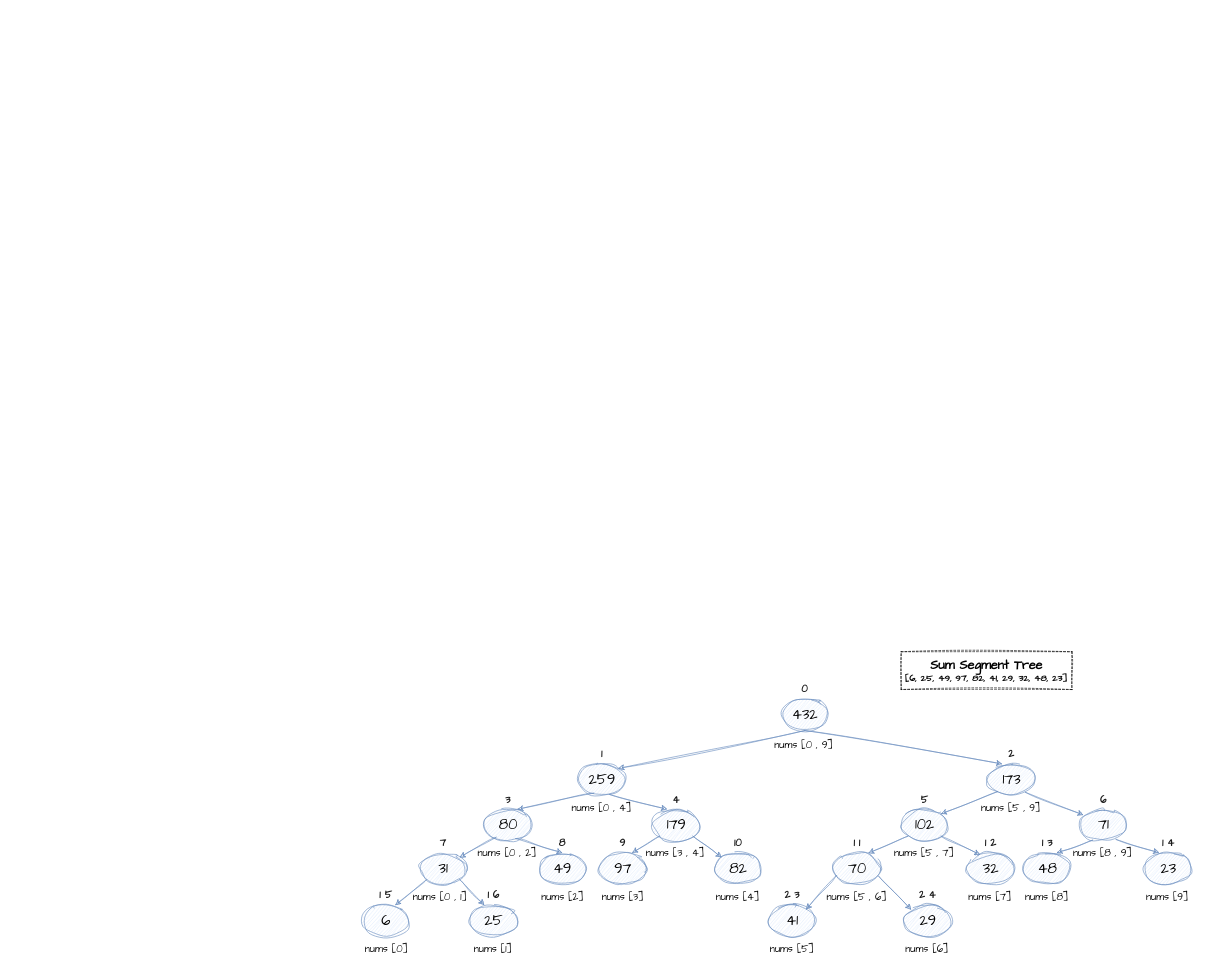
Above: src/main/java/tree/binary/segmentTree/imgs/SegmentTree.drawio in NinaWan/DataStructure (draw.io), before the change. Source tidied: cells renumbered, new cells numbered last; positions are measured from the earlier drawing's top-left corner, leaving out a move shared by most shapes. Both pictures are drawn from the tidied source at 63%, with x=0, y=0 at pixel (354, 651).
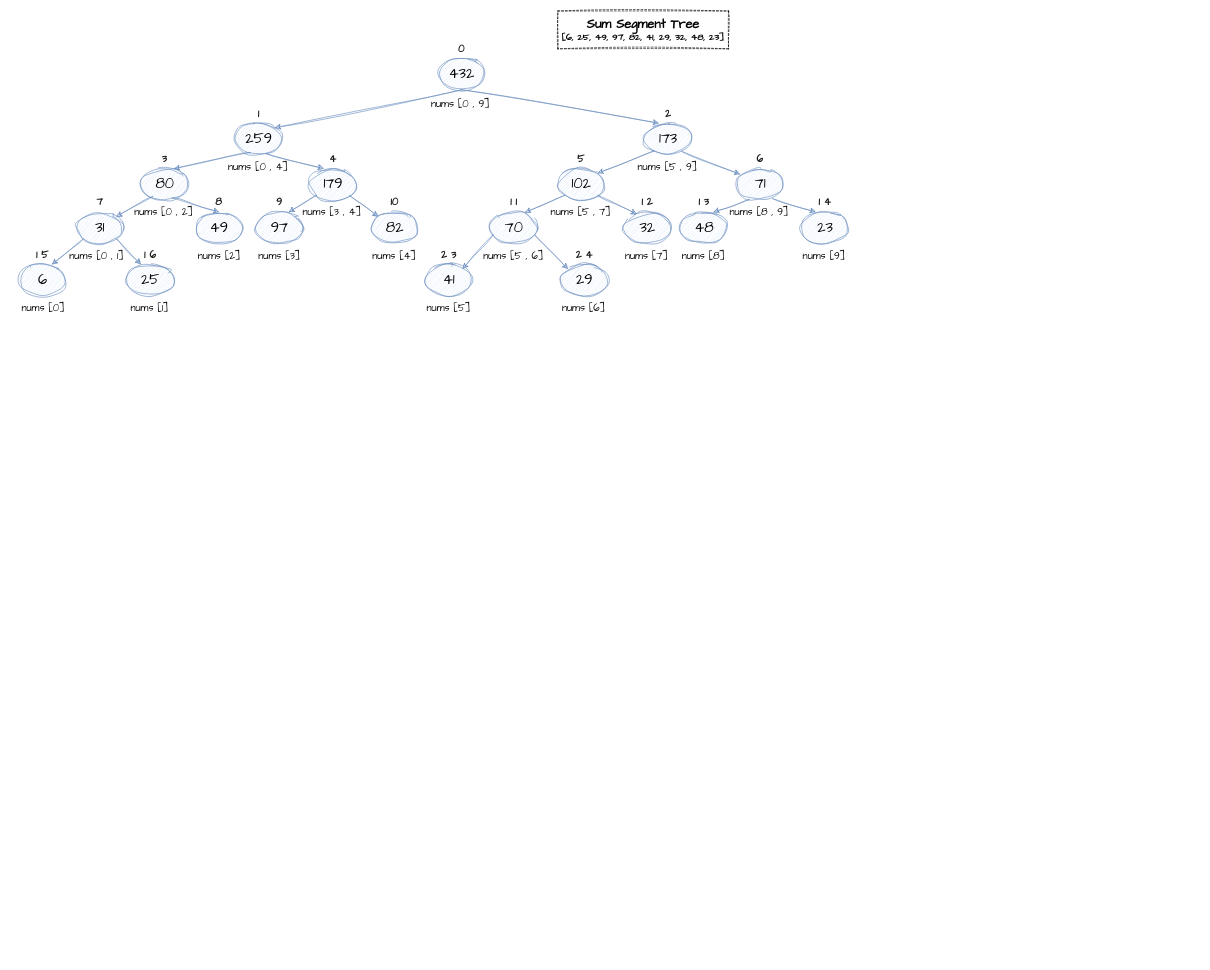
The same page after the edit.

The change refers to these unchanged cells:
```xml
<mxCell id="4" value="&lt;font style=&quot;font-size: 23px;&quot;&gt;259&lt;/font&gt;" style="ellipse;whiteSpace=wrap;html=1;hachureGap=4;fontFamily=Architects Daughter;sketch=1;curveFitting=1;jiggle=2;fillColor=#dae8fc;strokeColor=#6c8ebf;" parent="3" vertex="1">
  <mxGeometry x="12.5" width="75" height="50" as="geometry" />
</mxCell>
<mxCell id="10" value="&lt;font style=&quot;font-size: 23px;&quot;&gt;173&lt;/font&gt;" style="ellipse;whiteSpace=wrap;html=1;hachureGap=4;fontFamily=Architects Daughter;sketch=1;curveFitting=1;jiggle=2;fillColor=#dae8fc;strokeColor=#6c8ebf;" parent="9" vertex="1">
  <mxGeometry x="12.5" width="75" height="50" as="geometry" />
</mxCell>
<mxCell id="13" value="&lt;font color=&quot;#1a1a1a&quot; style=&quot;font-size: 16px;&quot;&gt;&lt;b style=&quot;&quot;&gt;2&lt;/b&gt;&lt;/font&gt;" style="text;html=1;align=center;verticalAlign=middle;whiteSpace=wrap;rounded=0;fontFamily=Architects Daughter;" parent="8" vertex="1">
  <mxGeometry x="20" width="60" height="30" as="geometry" />
</mxCell>
<mxCell id="17" value="&lt;font style=&quot;font-size: 23px;&quot;&gt;80&lt;/font&gt;" style="ellipse;whiteSpace=wrap;html=1;hachureGap=4;fontFamily=Architects Daughter;sketch=1;curveFitting=1;jiggle=2;fillColor=#dae8fc;strokeColor=#6c8ebf;" parent="16" vertex="1">
  <mxGeometry x="12.5" width="75" height="50" as="geometry" />
</mxCell>
<mxCell id="19" value="&lt;font color=&quot;#1a1a1a&quot; style=&quot;font-size: 16px;&quot;&gt;&lt;b style=&quot;&quot;&gt;3&lt;/b&gt;&lt;/font&gt;" style="text;html=1;align=center;verticalAlign=middle;whiteSpace=wrap;rounded=0;fontFamily=Architects Daughter;" parent="15" vertex="1">
  <mxGeometry x="20" width="60" height="30" as="geometry" />
</mxCell>
<mxCell id="22" value="&lt;font style=&quot;font-size: 23px;&quot;&gt;432&lt;/font&gt;" style="ellipse;whiteSpace=wrap;html=1;hachureGap=4;fontFamily=Architects Daughter;sketch=1;curveFitting=1;jiggle=2;fillColor=#dae8fc;strokeColor=#6c8ebf;" parent="20" vertex="1">
  <mxGeometry x="12.5" y="30" width="75" height="50" as="geometry" />
</mxCell>
<mxCell id="28" value="&lt;font style=&quot;font-size: 23px;&quot;&gt;102&lt;/font&gt;" style="ellipse;whiteSpace=wrap;html=1;hachureGap=4;fontFamily=Architects Daughter;sketch=1;curveFitting=1;jiggle=2;fillColor=#dae8fc;strokeColor=#6c8ebf;" parent="27" vertex="1">
  <mxGeometry x="12.5" width="75" height="50" as="geometry" />
</mxCell>
<mxCell id="33" value="&lt;font style=&quot;font-size: 23px;&quot;&gt;71&lt;/font&gt;" style="ellipse;whiteSpace=wrap;html=1;hachureGap=4;fontFamily=Architects Daughter;sketch=1;curveFitting=1;jiggle=2;fillColor=#dae8fc;strokeColor=#6c8ebf;" parent="32" vertex="1">
  <mxGeometry x="12.5" width="75" height="50" as="geometry" />
</mxCell>
<mxCell id="39" value="&lt;font style=&quot;font-size: 23px;&quot;&gt;31&lt;/font&gt;" style="ellipse;whiteSpace=wrap;html=1;hachureGap=4;fontFamily=Architects Daughter;sketch=1;curveFitting=1;jiggle=2;fillColor=#dae8fc;strokeColor=#6c8ebf;" parent="38" vertex="1">
  <mxGeometry x="12.5" width="75" height="50" as="geometry" />
</mxCell>
<mxCell id="46" value="&lt;font color=&quot;#1a1a1a&quot; style=&quot;font-size: 16px;&quot;&gt;&lt;b style=&quot;&quot;&gt;8&lt;/b&gt;&lt;/font&gt;" style="text;html=1;align=center;verticalAlign=middle;whiteSpace=wrap;rounded=0;fontFamily=Architects Daughter;" parent="42" vertex="1">
  <mxGeometry x="20" width="60" height="30" as="geometry" />
</mxCell>
<mxCell id="53" value="&lt;font color=&quot;#1a1a1a&quot; style=&quot;font-size: 16px;&quot;&gt;&lt;b style=&quot;&quot;&gt;1 5&lt;/b&gt;&lt;/font&gt;" style="text;html=1;align=center;verticalAlign=middle;whiteSpace=wrap;rounded=0;fontFamily=Architects Daughter;" parent="49" vertex="1">
  <mxGeometry x="20" width="60" height="30" as="geometry" />
</mxCell>
<mxCell id="58" value="&lt;font color=&quot;#1a1a1a&quot; style=&quot;font-size: 16px;&quot;&gt;&lt;b style=&quot;&quot;&gt;1 6&lt;/b&gt;&lt;/font&gt;" style="text;html=1;align=center;verticalAlign=middle;whiteSpace=wrap;rounded=0;fontFamily=Architects Daughter;" parent="54" vertex="1">
  <mxGeometry x="20" width="60" height="30" as="geometry" />
</mxCell>
<mxCell id="66" value="&lt;font color=&quot;#1a1a1a&quot; style=&quot;font-size: 16px;&quot;&gt;&lt;b style=&quot;&quot;&gt;9&lt;/b&gt;&lt;/font&gt;" style="text;html=1;align=center;verticalAlign=middle;whiteSpace=wrap;rounded=0;fontFamily=Architects Daughter;" parent="62" vertex="1">
  <mxGeometry x="20" width="60" height="30" as="geometry" />
</mxCell>
<mxCell id="70" value="&lt;font style=&quot;font-size: 23px;&quot;&gt;70&lt;/font&gt;" style="ellipse;whiteSpace=wrap;html=1;hachureGap=4;fontFamily=Architects Daughter;sketch=1;curveFitting=1;jiggle=2;fillColor=#dae8fc;strokeColor=#6c8ebf;" parent="69" vertex="1">
  <mxGeometry x="12.5" width="75" height="50" as="geometry" />
</mxCell>
<mxCell id="83" value="&lt;font style=&quot;font-size: 23px;&quot;&gt;29&lt;/font&gt;" style="ellipse;whiteSpace=wrap;html=1;hachureGap=4;fontFamily=Architects Daughter;sketch=1;curveFitting=1;jiggle=2;fillColor=#dae8fc;strokeColor=#6c8ebf;" parent="82" vertex="1">
  <mxGeometry x="12.5" width="75" height="50" as="geometry" />
</mxCell>
<mxCell id="91" value="&lt;font color=&quot;#1a1a1a&quot; style=&quot;font-size: 16px;&quot;&gt;&lt;b style=&quot;&quot;&gt;1 4&lt;/b&gt;&lt;/font&gt;" style="text;html=1;align=center;verticalAlign=middle;whiteSpace=wrap;rounded=0;fontFamily=Architects Daughter;" parent="87" vertex="1">
  <mxGeometry x="20" width="60" height="30" as="geometry" />
</mxCell>
<mxCell id="97" value="&lt;font style=&quot;font-size: 23px;&quot;&gt;179&lt;/font&gt;" style="ellipse;whiteSpace=wrap;html=1;hachureGap=4;fontFamily=Architects Daughter;sketch=1;curveFitting=1;jiggle=2;fillColor=#dae8fc;strokeColor=#6c8ebf;" parent="96" vertex="1">
  <mxGeometry x="12.5" width="75" height="50" as="geometry" />
</mxCell>
<mxCell id="99" value="&lt;font color=&quot;#1a1a1a&quot; style=&quot;font-size: 16px;&quot;&gt;&lt;b style=&quot;&quot;&gt;4&lt;/b&gt;&lt;/font&gt;" style="text;html=1;align=center;verticalAlign=middle;whiteSpace=wrap;rounded=0;fontFamily=Architects Daughter;" parent="95" vertex="1">
  <mxGeometry x="20" width="60" height="30" as="geometry" />
</mxCell>
<mxCell id="104" value="&lt;font color=&quot;#1a1a1a&quot; style=&quot;font-size: 16px;&quot;&gt;&lt;b style=&quot;&quot;&gt;1 3&lt;/b&gt;&lt;/font&gt;" style="text;html=1;align=center;verticalAlign=middle;whiteSpace=wrap;rounded=0;fontFamily=Architects Daughter;" parent="100" vertex="1">
  <mxGeometry x="20" width="60" height="30" as="geometry" />
</mxCell>
<mxCell id="107" value="&lt;font style=&quot;font-size: 23px;&quot;&gt;32&lt;/font&gt;" style="ellipse;whiteSpace=wrap;html=1;hachureGap=4;fontFamily=Architects Daughter;sketch=1;curveFitting=1;jiggle=2;fillColor=#dae8fc;strokeColor=#6c8ebf;" parent="105" vertex="1">
  <mxGeometry y="30" width="75" height="50" as="geometry" />
</mxCell>
<mxCell id="112" value="&lt;font style=&quot;font-size: 23px;&quot;&gt;82&lt;/font&gt;" style="ellipse;whiteSpace=wrap;html=1;hachureGap=4;fontFamily=Architects Daughter;sketch=1;curveFitting=1;jiggle=2;fillColor=#dae8fc;strokeColor=#6c8ebf;" parent="111" vertex="1">
  <mxGeometry width="75" height="50" as="geometry" />
</mxCell>
```

Diff of the diagram source:
```diff
@@
+    <mxCell id="115" style="group;" parent="1" vertex="1">
+      <mxGeometry x="-545" y="-1017" width="1342" height="487" as="geometry" />
+    </mxCell>
-    <mxCell id="2" style="group;" parent="1" vertex="1">
+    <mxCell id="2" style="group;" parent="115" vertex="1">
       <mxGeometry x="343" y="148" width="100" height="115" as="geometry" />
     </mxCell>
@@
-    <mxCell id="7" style="rounded=0;sketch=1;hachureGap=4;jiggle=2;curveFitting=1;jettySize=auto;html=1;exitX=0.5;exitY=1;exitDx=0;exitDy=0;entryX=1;entryY=0;entryDx=0;entryDy=0;fontFamily=Architects Daughter;strokeColor=#6C8EBF;" parent="1" edge="1" source="22" target="4">
+    <mxCell id="7" style="rounded=0;sketch=1;hachureGap=4;jiggle=2;curveFitting=1;jettySize=auto;html=1;exitX=0.5;exitY=1;exitDx=0;exitDy=0;entryX=1;entryY=0;entryDx=0;entryDy=0;fontFamily=Architects Daughter;strokeColor=#6C8EBF;" parent="115" edge="1" source="22" target="4">
       <mxGeometry relative="1" as="geometry" />
     </mxCell>
-    <mxCell id="8" style="group;" parent="1" vertex="1">
+    <mxCell id="8" style="group;" parent="115" vertex="1">
       <mxGeometry x="993" y="148" width="100" height="115" as="geometry" />
     </mxCell>
@@
-    <mxCell id="14" style="rounded=0;sketch=1;hachureGap=4;jiggle=2;curveFitting=1;jettySize=auto;html=1;exitX=0.5;exitY=1;exitDx=0;exitDy=0;fontFamily=Architects Daughter;strokeColor=#6C8EBF;entryX=0.25;entryY=1;entryDx=0;entryDy=0;" parent="1" edge="1" source="22" target="13">
+    <mxCell id="14" style="rounded=0;sketch=1;hachureGap=4;jiggle=2;curveFitting=1;jettySize=auto;html=1;exitX=0.5;exitY=1;exitDx=0;exitDy=0;fontFamily=Architects Daughter;strokeColor=#6C8EBF;entryX=0.25;entryY=1;entryDx=0;entryDy=0;" parent="115" edge="1" source="22" target="13">
       <mxGeometry relative="1" as="geometry" />
     </mxCell>
-    <mxCell id="15" style="group;" parent="1" vertex="1">
+    <mxCell id="15" style="group;" parent="115" vertex="1">
       <mxGeometry x="194" y="220" width="100" height="115" as="geometry" />
     </mxCell>
@@
-    <mxCell id="20" style="group;" parent="1" vertex="1">
+    <mxCell id="20" style="group;" parent="115" vertex="1">
       <mxGeometry x="665" y="45" width="100" height="118" as="geometry" />
     </mxCell>
@@
-    <mxCell id="24" style="rounded=0;sketch=1;hachureGap=4;jiggle=2;curveFitting=1;jettySize=auto;html=1;exitX=0.327;exitY=0.93;exitDx=0;exitDy=0;entryX=0.75;entryY=1;entryDx=0;entryDy=0;fontFamily=Architects Daughter;strokeColor=#6C8EBF;exitPerimeter=0;" parent="1" edge="1" source="4" target="19">
+    <mxCell id="24" style="rounded=0;sketch=1;hachureGap=4;jiggle=2;curveFitting=1;jettySize=auto;html=1;exitX=0.327;exitY=0.93;exitDx=0;exitDy=0;entryX=0.75;entryY=1;entryDx=0;entryDy=0;fontFamily=Architects Daughter;strokeColor=#6C8EBF;exitPerimeter=0;" parent="115" edge="1" source="4" target="19">
       <mxGeometry relative="1" as="geometry" />
     </mxCell>
-    <mxCell id="25" style="rounded=0;sketch=1;hachureGap=4;jiggle=2;curveFitting=1;jettySize=auto;html=1;exitX=0.66;exitY=0.97;exitDx=0;exitDy=0;entryX=0.25;entryY=1;entryDx=0;entryDy=0;fontFamily=Architects Daughter;strokeColor=#6C8EBF;exitPerimeter=0;" parent="1" edge="1" source="4" target="99">
+    <mxCell id="25" style="rounded=0;sketch=1;hachureGap=4;jiggle=2;curveFitting=1;jettySize=auto;html=1;exitX=0.66;exitY=0.97;exitDx=0;exitDy=0;entryX=0.25;entryY=1;entryDx=0;entryDy=0;fontFamily=Architects Daughter;strokeColor=#6C8EBF;exitPerimeter=0;" parent="115" edge="1" source="4" target="99">
       <mxGeometry relative="1" as="geometry" />
     </mxCell>
-    <mxCell id="26" style="group;" parent="1" vertex="1">
+    <mxCell id="26" style="group;" parent="115" vertex="1">
       <mxGeometry x="855" y="220" width="100" height="115" as="geometry" />
     </mxCell>
@@
-    <mxCell id="31" style="group;" parent="1" vertex="1">
+    <mxCell id="31" style="group;" parent="115" vertex="1">
       <mxGeometry x="1139" y="220" width="100" height="115" as="geometry" />
     </mxCell>
@@
-    <mxCell id="36" style="rounded=0;sketch=1;hachureGap=4;jiggle=2;curveFitting=1;jettySize=auto;html=1;exitX=0.207;exitY=0.88;exitDx=0;exitDy=0;entryX=1;entryY=0;entryDx=0;entryDy=0;fontFamily=Architects Daughter;strokeColor=#6C8EBF;exitPerimeter=0;" parent="1" edge="1" source="10" target="28">
+    <mxCell id="36" style="rounded=0;sketch=1;hachureGap=4;jiggle=2;curveFitting=1;jettySize=auto;html=1;exitX=0.207;exitY=0.88;exitDx=0;exitDy=0;entryX=1;entryY=0;entryDx=0;entryDy=0;fontFamily=Architects Daughter;strokeColor=#6C8EBF;exitPerimeter=0;" parent="115" edge="1" source="10" target="28">
       <mxGeometry relative="1" as="geometry" />
     </mxCell>
-    <mxCell id="37" style="group;" parent="1" vertex="1">
+    <mxCell id="37" style="group;" parent="115" vertex="1">
       <mxGeometry x="91" y="289" width="100" height="115" as="geometry" />
     </mxCell>
@@
-    <mxCell id="42" style="group;" parent="1" vertex="1">
+    <mxCell id="42" style="group;" parent="115" vertex="1">
       <mxGeometry x="280" y="289" width="100" height="115" as="geometry" />
     </mxCell>
@@
-    <mxCell id="47" style="rounded=0;sketch=1;hachureGap=4;jiggle=2;curveFitting=1;jettySize=auto;html=1;exitX=0.247;exitY=0.89;exitDx=0;exitDy=0;entryX=1;entryY=0;entryDx=0;entryDy=0;fontFamily=Architects Daughter;strokeColor=#6C8EBF;exitPerimeter=0;" parent="1" edge="1" source="17" target="39">
+    <mxCell id="47" style="rounded=0;sketch=1;hachureGap=4;jiggle=2;curveFitting=1;jettySize=auto;html=1;exitX=0.247;exitY=0.89;exitDx=0;exitDy=0;entryX=1;entryY=0;entryDx=0;entryDy=0;fontFamily=Architects Daughter;strokeColor=#6C8EBF;exitPerimeter=0;" parent="115" edge="1" source="17" target="39">
       <mxGeometry relative="1" as="geometry" />
     </mxCell>
-    <mxCell id="48" style="rounded=0;sketch=1;hachureGap=4;jiggle=2;curveFitting=1;jettySize=auto;html=1;entryX=0.5;entryY=1;entryDx=0;entryDy=0;fontFamily=Architects Daughter;strokeColor=#6C8EBF;exitX=0.66;exitY=0.93;exitDx=0;exitDy=0;exitPerimeter=0;" parent="1" edge="1" source="17" target="46">
+    <mxCell id="48" style="rounded=0;sketch=1;hachureGap=4;jiggle=2;curveFitting=1;jettySize=auto;html=1;entryX=0.5;entryY=1;entryDx=0;entryDy=0;fontFamily=Architects Daughter;strokeColor=#6C8EBF;exitX=0.66;exitY=0.93;exitDx=0;exitDy=0;exitPerimeter=0;" parent="115" edge="1" source="17" target="46">
       <mxGeometry relative="1" as="geometry" />
     </mxCell>
-    <mxCell id="49" style="group;" parent="1" vertex="1">
+    <mxCell id="49" style="group;" parent="115" vertex="1">
       <mxGeometry y="372" width="100" height="115" as="geometry" />
     </mxCell>
@@
-    <mxCell id="54" style="group;" parent="1" vertex="1">
+    <mxCell id="54" style="group;" parent="115" vertex="1">
       <mxGeometry x="171" y="372" width="100" height="115" as="geometry" />
     </mxCell>
@@
-    <mxCell id="59" style="rounded=0;sketch=1;hachureGap=4;jiggle=2;curveFitting=1;jettySize=auto;html=1;exitX=0;exitY=1;exitDx=0;exitDy=0;entryX=0.75;entryY=1;entryDx=0;entryDy=0;fontFamily=Architects Daughter;strokeColor=#6C8EBF;" parent="1" edge="1" source="39" target="53">
+    <mxCell id="59" style="rounded=0;sketch=1;hachureGap=4;jiggle=2;curveFitting=1;jettySize=auto;html=1;exitX=0;exitY=1;exitDx=0;exitDy=0;entryX=0.75;entryY=1;entryDx=0;entryDy=0;fontFamily=Architects Daughter;strokeColor=#6C8EBF;" parent="115" edge="1" source="39" target="53">
       <mxGeometry relative="1" as="geometry" />
     </mxCell>
-    <mxCell id="60" style="rounded=0;sketch=1;hachureGap=4;jiggle=2;curveFitting=1;jettySize=auto;html=1;entryX=0.25;entryY=1;entryDx=0;entryDy=0;fontFamily=Architects Daughter;strokeColor=#6C8EBF;exitX=1;exitY=1;exitDx=0;exitDy=0;" parent="1" edge="1" source="39" target="58">
+    <mxCell id="60" style="rounded=0;sketch=1;hachureGap=4;jiggle=2;curveFitting=1;jettySize=auto;html=1;entryX=0.25;entryY=1;entryDx=0;entryDy=0;fontFamily=Architects Daughter;strokeColor=#6C8EBF;exitX=1;exitY=1;exitDx=0;exitDy=0;" parent="115" edge="1" source="39" target="58">
       <mxGeometry relative="1" as="geometry" />
     </mxCell>
-    <mxCell id="61" value="&lt;font style=&quot;font-size: 20px;&quot;&gt;&lt;b&gt;Sum Segment Tree&lt;/b&gt;&lt;/font&gt;&lt;div&gt;&lt;font style=&quot;font-size: 15px;&quot;&gt;&lt;b&gt;[6, 25, 49, 97, 82, 41, 29, 32, 48, 23]&lt;/b&gt;&lt;/font&gt;&lt;/div&gt;" style="rounded=0;whiteSpace=wrap;html=1;sketch=1;hachureGap=4;jiggle=2;curveFitting=1;fontFamily=Architects Daughter;dashed=1;fillColor=default;" parent="1" vertex="1">
+    <mxCell id="61" value="&lt;font style=&quot;font-size: 20px;&quot;&gt;&lt;b&gt;Sum Segment Tree&lt;/b&gt;&lt;/font&gt;&lt;div&gt;&lt;font style=&quot;font-size: 15px;&quot;&gt;&lt;b&gt;[6, 25, 49, 97, 82, 41, 29, 32, 48, 23]&lt;/b&gt;&lt;/font&gt;&lt;/div&gt;" style="rounded=0;whiteSpace=wrap;html=1;sketch=1;hachureGap=4;jiggle=2;curveFitting=1;fontFamily=Architects Daughter;dashed=1;fillColor=default;" parent="115" vertex="1">
       <mxGeometry x="868" width="271" height="60" as="geometry" />
     </mxCell>
-    <mxCell id="62" style="group;" parent="1" vertex="1">
+    <mxCell id="62" style="group;" parent="115" vertex="1">
       <mxGeometry x="376" y="289" width="100" height="115" as="geometry" />
     </mxCell>
@@
-    <mxCell id="67" style="rounded=0;sketch=1;hachureGap=4;jiggle=2;curveFitting=1;jettySize=auto;html=1;entryX=0.75;entryY=1;entryDx=0;entryDy=0;fontFamily=Architects Daughter;strokeColor=#6C8EBF;exitX=0;exitY=1;exitDx=0;exitDy=0;" parent="1" edge="1" source="97" target="66">
+    <mxCell id="67" style="rounded=0;sketch=1;hachureGap=4;jiggle=2;curveFitting=1;jettySize=auto;html=1;entryX=0.75;entryY=1;entryDx=0;entryDy=0;fontFamily=Architects Daughter;strokeColor=#6C8EBF;exitX=0;exitY=1;exitDx=0;exitDy=0;" parent="115" edge="1" source="97" target="66">
       <mxGeometry relative="1" as="geometry" />
     </mxCell>
-    <mxCell id="68" style="group;" parent="1" vertex="1">
+    <mxCell id="68" style="group;" parent="115" vertex="1">
       <mxGeometry x="748" y="289" width="100" height="115" as="geometry" />
     </mxCell>
@@
-    <mxCell id="73" style="rounded=0;sketch=1;hachureGap=4;jiggle=2;curveFitting=1;jettySize=auto;html=1;entryX=0.74;entryY=0.01;entryDx=0;entryDy=0;fontFamily=Architects Daughter;strokeColor=#6C8EBF;exitX=0;exitY=1;exitDx=0;exitDy=0;entryPerimeter=0;" parent="1" edge="1" source="28" target="70">
+    <mxCell id="73" style="rounded=0;sketch=1;hachureGap=4;jiggle=2;curveFitting=1;jettySize=auto;html=1;entryX=0.74;entryY=0.01;entryDx=0;entryDy=0;fontFamily=Architects Daughter;strokeColor=#6C8EBF;exitX=0;exitY=1;exitDx=0;exitDy=0;entryPerimeter=0;" parent="115" edge="1" source="28" target="70">
       <mxGeometry relative="1" as="geometry" />
     </mxCell>
-    <mxCell id="74" style="rounded=0;sketch=1;hachureGap=4;jiggle=2;curveFitting=1;jettySize=auto;html=1;entryX=0.273;entryY=0.06;entryDx=0;entryDy=0;fontFamily=Architects Daughter;strokeColor=#6C8EBF;exitX=1;exitY=1;exitDx=0;exitDy=0;entryPerimeter=0;" parent="1" edge="1" source="28" target="107">
+    <mxCell id="74" style="rounded=0;sketch=1;hachureGap=4;jiggle=2;curveFitting=1;jettySize=auto;html=1;entryX=0.273;entryY=0.06;entryDx=0;entryDy=0;fontFamily=Architects Daughter;strokeColor=#6C8EBF;exitX=1;exitY=1;exitDx=0;exitDy=0;entryPerimeter=0;" parent="115" edge="1" source="28" target="107">
       <mxGeometry relative="1" as="geometry" />
     </mxCell>
-    <mxCell id="75" style="group;" parent="1" vertex="1">
+    <mxCell id="75" style="group;" parent="115" vertex="1">
       <mxGeometry x="590" y="372" width="100" height="115" as="geometry" />
     </mxCell>
@@
-    <mxCell id="81" style="group;" parent="1" vertex="1">
+    <mxCell id="81" style="group;" parent="115" vertex="1">
       <mxGeometry x="860" y="372" width="100" height="115" as="geometry" />
     </mxCell>
@@
-    <mxCell id="86" style="rounded=0;sketch=1;hachureGap=4;jiggle=2;curveFitting=1;jettySize=auto;html=1;entryX=0;entryY=0;entryDx=0;entryDy=0;fontFamily=Architects Daughter;strokeColor=#6C8EBF;exitX=0.953;exitY=0.74;exitDx=0;exitDy=0;exitPerimeter=0;" parent="1" edge="1" source="70" target="83">
+    <mxCell id="86" style="rounded=0;sketch=1;hachureGap=4;jiggle=2;curveFitting=1;jettySize=auto;html=1;entryX=0;entryY=0;entryDx=0;entryDy=0;fontFamily=Architects Daughter;strokeColor=#6C8EBF;exitX=0.953;exitY=0.74;exitDx=0;exitDy=0;exitPerimeter=0;" parent="115" edge="1" source="70" target="83">
       <mxGeometry relative="1" as="geometry" />
     </mxCell>
-    <mxCell id="87" style="group;" parent="1" vertex="1">
+    <mxCell id="87" style="group;" parent="115" vertex="1">
       <mxGeometry x="1242" y="289" width="100" height="115" as="geometry" />
     </mxCell>
@@
-    <mxCell id="92" style="rounded=0;sketch=1;hachureGap=4;jiggle=2;curveFitting=1;jettySize=auto;html=1;entryX=0.75;entryY=1;entryDx=0;entryDy=0;fontFamily=Architects Daughter;strokeColor=#6C8EBF;exitX=0.273;exitY=0.98;exitDx=0;exitDy=0;exitPerimeter=0;" parent="1" edge="1" source="33" target="104">
+    <mxCell id="92" style="rounded=0;sketch=1;hachureGap=4;jiggle=2;curveFitting=1;jettySize=auto;html=1;entryX=0.75;entryY=1;entryDx=0;entryDy=0;fontFamily=Architects Daughter;strokeColor=#6C8EBF;exitX=0.273;exitY=0.98;exitDx=0;exitDy=0;exitPerimeter=0;" parent="115" edge="1" source="33" target="104">
       <mxGeometry relative="1" as="geometry" />
     </mxCell>
-    <mxCell id="93" style="rounded=0;sketch=1;hachureGap=4;jiggle=2;curveFitting=1;jettySize=auto;html=1;entryX=0.25;entryY=1;entryDx=0;entryDy=0;fontFamily=Architects Daughter;strokeColor=#6C8EBF;exitX=0.767;exitY=0.96;exitDx=0;exitDy=0;exitPerimeter=0;" parent="1" edge="1" source="33" target="91">
+    <mxCell id="93" style="rounded=0;sketch=1;hachureGap=4;jiggle=2;curveFitting=1;jettySize=auto;html=1;entryX=0.25;entryY=1;entryDx=0;entryDy=0;fontFamily=Architects Daughter;strokeColor=#6C8EBF;exitX=0.767;exitY=0.96;exitDx=0;exitDy=0;exitPerimeter=0;" parent="115" edge="1" source="33" target="91">
       <mxGeometry relative="1" as="geometry" />
     </mxCell>
-    <mxCell id="94" style="rounded=0;sketch=1;hachureGap=4;jiggle=2;curveFitting=1;jettySize=auto;html=1;entryX=0;entryY=0;entryDx=0;entryDy=0;fontFamily=Architects Daughter;strokeColor=#6C8EBF;exitX=1;exitY=1;exitDx=0;exitDy=0;" parent="1" edge="1" source="97" target="112">
+    <mxCell id="94" style="rounded=0;sketch=1;hachureGap=4;jiggle=2;curveFitting=1;jettySize=auto;html=1;entryX=0;entryY=0;entryDx=0;entryDy=0;fontFamily=Architects Daughter;strokeColor=#6C8EBF;exitX=1;exitY=1;exitDx=0;exitDy=0;" parent="115" edge="1" source="97" target="112">
       <mxGeometry relative="1" as="geometry" />
     </mxCell>
-    <mxCell id="95" style="group;" parent="1" vertex="1">
+    <mxCell id="95" style="group;" parent="115" vertex="1">
       <mxGeometry x="461" y="220" width="100" height="115" as="geometry" />
     </mxCell>
@@
-    <mxCell id="100" style="group;" parent="1" vertex="1">
+    <mxCell id="100" style="group;" parent="115" vertex="1">
       <mxGeometry x="1050" y="289" width="100" height="115" as="geometry" />
     </mxCell>
@@
-    <mxCell id="105" style="group;" parent="1" vertex="1">
+    <mxCell id="105" style="group;" parent="115" vertex="1">
       <mxGeometry x="972.5" y="289" width="75" height="115" as="geometry" />
     </mxCell>
@@
-    <mxCell id="109" style="group;" parent="1" vertex="1">
+    <mxCell id="109" style="group;" parent="115" vertex="1">
       <mxGeometry x="559" y="289" width="100" height="115" as="geometry" />
     </mxCell>
```
